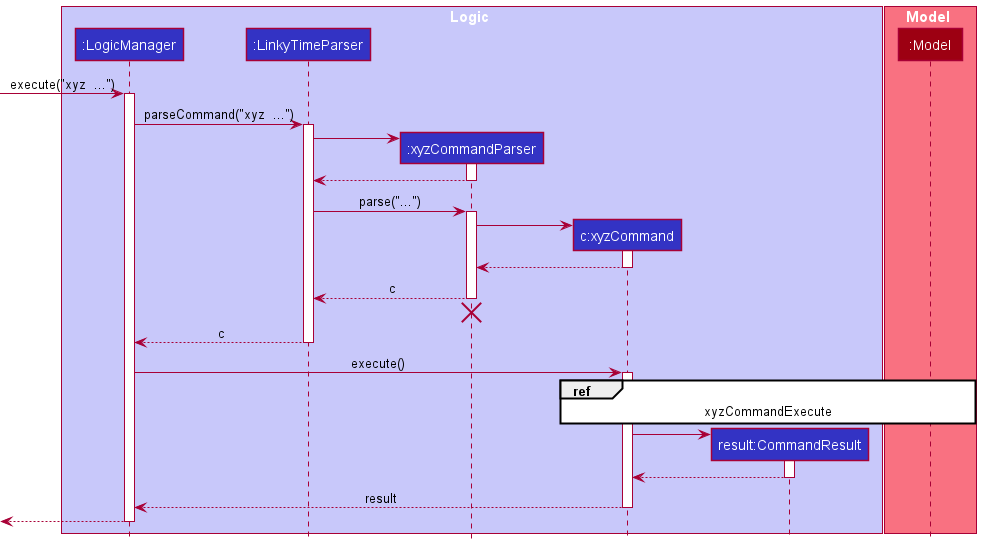
Before: docs/images/CommandsWithParserSequenceDiagram.png, a diagram exported from PlantUML (zfs-old-crap/linkytime).
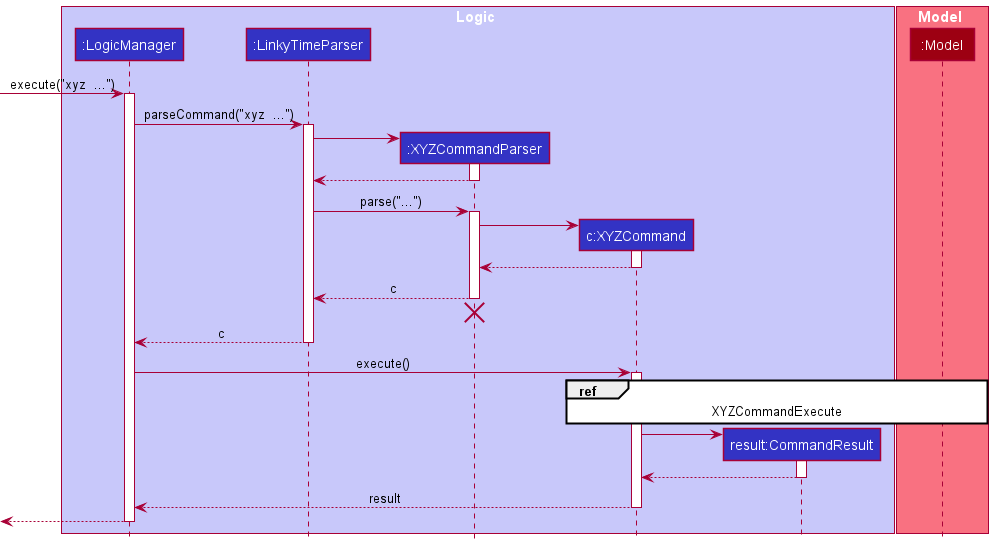
The same file after the commit.

Commit message:
Add section for commands without parser. Update list and archive command

The edit, as a diff of the source:
```diff
@@ -4,8 +4,8 @@
 box Logic LOGIC_COLOR_T1
 participant ":LogicManager" as LogicManager LOGIC_COLOR
 participant ":LinkyTimeParser" as LinkyTimeParser LOGIC_COLOR
-participant ":xyzCommandParser" as xyzCommandParser LOGIC_COLOR
-participant "c:xyzCommand" as xyzCommand LOGIC_COLOR
+participant ":XYZCommandParser" as XYZCommandParser LOGIC_COLOR
+participant "c:XYZCommand" as XYZCommand LOGIC_COLOR
 participant "result:CommandResult" as CommandResult LOGIC_COLOR
 end box
 
@@ -19,46 +19,46 @@
 LogicManager -> LinkyTimeParser : parseCommand("xyz  ...")
 activate LinkyTimeParser
 
-create xyzCommandParser
-LinkyTimeParser -> xyzCommandParser
-activate xyzCommandParser
+create XYZCommandParser
+LinkyTimeParser -> XYZCommandParser
+activate XYZCommandParser
 
-xyzCommandParser --> LinkyTimeParser
-deactivate xyzCommandParser
+XYZCommandParser --> LinkyTimeParser
+deactivate XYZCommandParser
 
-LinkyTimeParser -> xyzCommandParser : parse("...")
-activate xyzCommandParser
+LinkyTimeParser -> XYZCommandParser : parse("...")
+activate XYZCommandParser
 
-create xyzCommand
-xyzCommandParser -> xyzCommand
-activate xyzCommand
+create XYZCommand
+XYZCommandParser -> XYZCommand
+activate XYZCommand
 
-xyzCommand --> xyzCommandParser
-deactivate xyzCommand
+XYZCommand --> XYZCommandParser
+deactivate XYZCommand
 
-xyzCommandParser --> LinkyTimeParser : c
-deactivate xyzCommandParser
+XYZCommandParser --> LinkyTimeParser : c
+deactivate XYZCommandParser
 
-xyzCommandParser -[hidden]-> LinkyTimeParser
-destroy xyzCommandParser
+XYZCommandParser -[hidden]-> LinkyTimeParser
+destroy XYZCommandParser
 
 LinkyTimeParser --> LogicManager : c
 deactivate LinkyTimeParser
 
-LogicManager -> xyzCommand : execute()
+LogicManager -> XYZCommand : execute()
 
-activate xyzCommand
-ref over xyzCommand, CommandResult, Model : xyzCommandExecute
+activate XYZCommand
+ref over XYZCommand, Model : XYZCommandExecute
 
 create CommandResult
-xyzCommand -> CommandResult
+XYZCommand -> CommandResult
 activate CommandResult
 
-CommandResult --> xyzCommand
+CommandResult --> XYZCommand
 deactivate CommandResult
 
-xyzCommand --> LogicManager : result
-deactivate xyzCommand
+XYZCommand --> LogicManager : result
+deactivate XYZCommand
 
 [<-- LogicManager
 deactivate LogicManager
```
